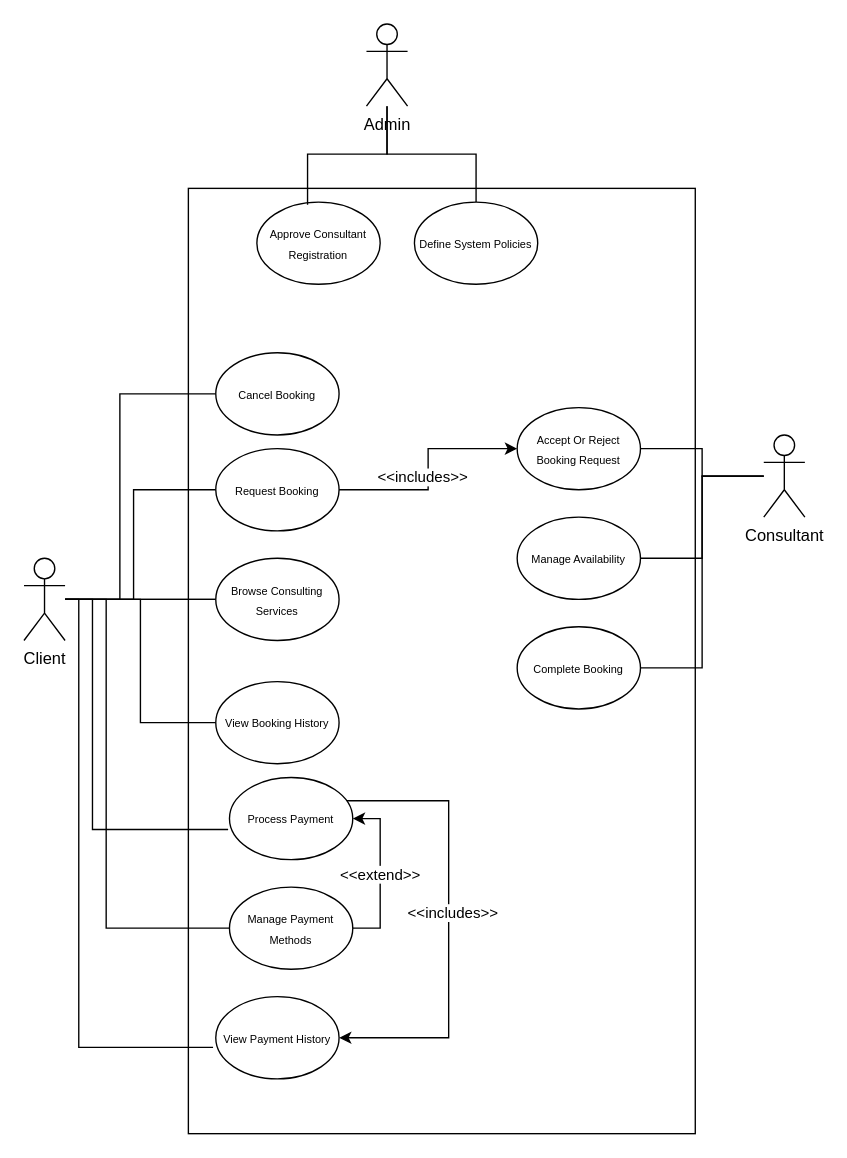
yamintayyar/eecs3311-project keeps this draw.io diagram as UML Diagrams/Use Case Diagrams/use case diagram v1 src.drawio. Above is the earlier version. Source tidied: cells renumbered, new cells numbered last; positions are measured from the earlier drawing's top-left corner, leaving out a move shared by most shapes. Both pictures are drawn from the tidied source at 137%, with x=0, y=0 at pixel (23, 23).
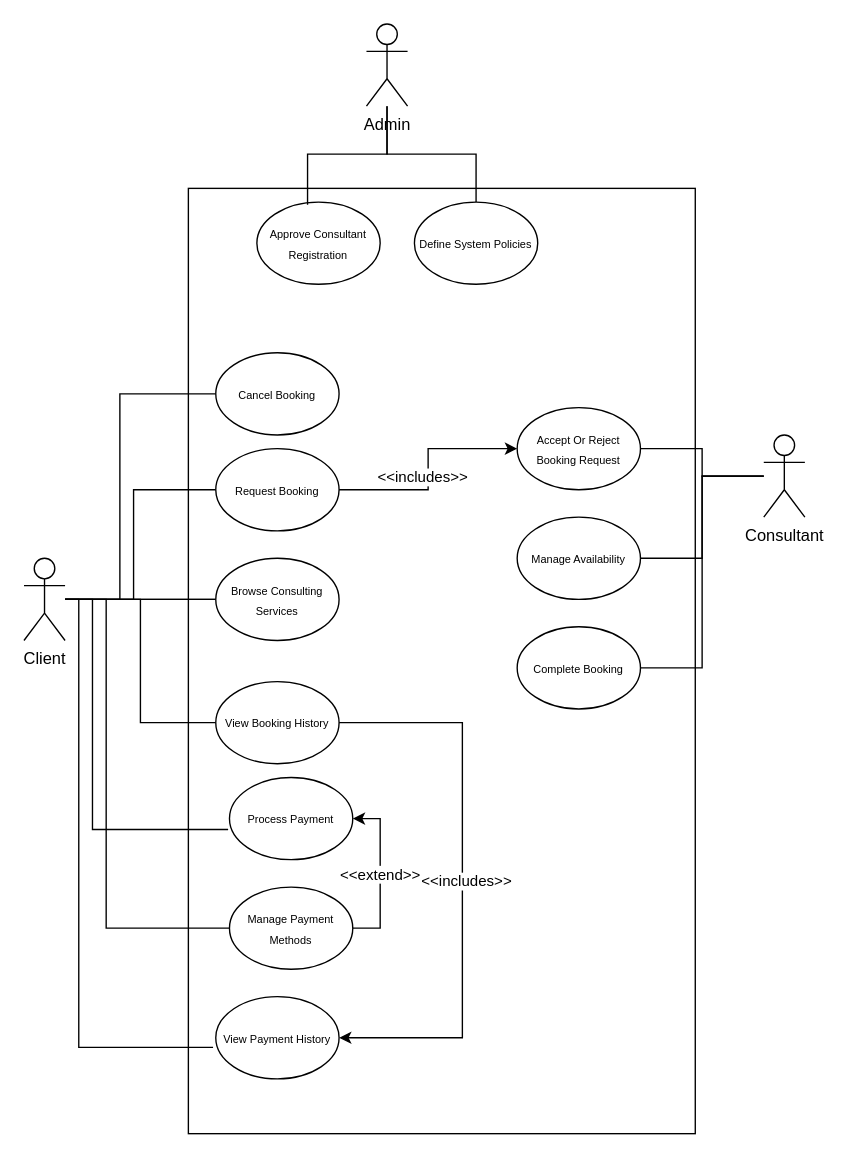
After the change.

The change refers to these unchanged cells:
```xml
<mxCell id="23" value="&lt;font style=&quot;font-size: 8px;&quot;&gt;View Booking History&lt;/font&gt;" style="ellipse;whiteSpace=wrap;html=1;" parent="1" vertex="1">
  <mxGeometry x="140" y="480" width="90" height="60" as="geometry" />
</mxCell>
<mxCell id="26" value="&lt;font style=&quot;font-size: 8px;&quot;&gt;Process Payment&lt;/font&gt;" style="ellipse;whiteSpace=wrap;html=1;" parent="1" vertex="1">
  <mxGeometry x="150" y="550" width="90" height="60" as="geometry" />
</mxCell>
<mxCell id="31" value="&lt;span style=&quot;font-size: 8px;&quot;&gt;View Payment History&lt;/span&gt;" style="ellipse;whiteSpace=wrap;html=1;" parent="1" vertex="1">
  <mxGeometry x="140" y="710" width="90" height="60" as="geometry" />
</mxCell>
```

Diff of the diagram source:
```diff
@@
-    <mxCell id="24" style="edgeStyle=orthogonalEdgeStyle;shape=connector;rounded=0;jettySize=auto;html=1;entryX=1;entryY=0.5;entryDx=0;entryDy=0;strokeColor=default;align=center;verticalAlign=middle;fontFamily=Helvetica;fontSize=11;fontColor=default;labelBackgroundColor=default;endArrow=classic;endFill=1;exitX=0.911;exitY=0.283;exitDx=0;exitDy=0;exitPerimeter=0;" parent="1" edge="1" source="26" target="31">
+    <mxCell id="24" style="edgeStyle=orthogonalEdgeStyle;shape=connector;rounded=0;jettySize=auto;html=1;entryX=1;entryY=0.5;entryDx=0;entryDy=0;strokeColor=default;align=center;verticalAlign=middle;fontFamily=Helvetica;fontSize=11;fontColor=default;labelBackgroundColor=default;endArrow=classic;endFill=1;exitX=1;exitY=0.5;exitDx=0;exitDy=0;" parent="1" edge="1" source="23" target="31">
       <mxGeometry relative="1" as="geometry">
         <Array as="points">
-          <mxPoint x="310" y="567" />
-          <mxPoint x="310" y="740" />
+          <mxPoint x="320" y="510" />
+          <mxPoint x="320" y="740" />
         </Array>
       </mxGeometry>
     </mxCell>
```
